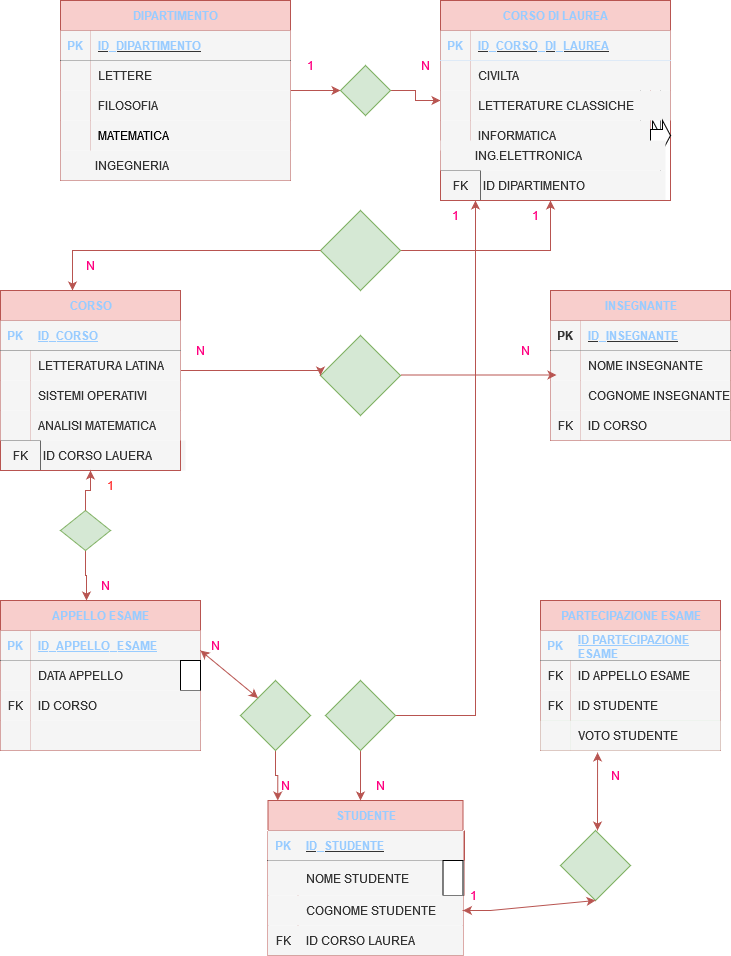
This is DB UNIVERSITY.drawio.png from Th4Dude/db-university, a draw.io export, as it was before one commit. Source tidied: cells renumbered, new cells last; positions are measured from the earlier drawing's top-left corner, leaving out a move shared by most shapes.
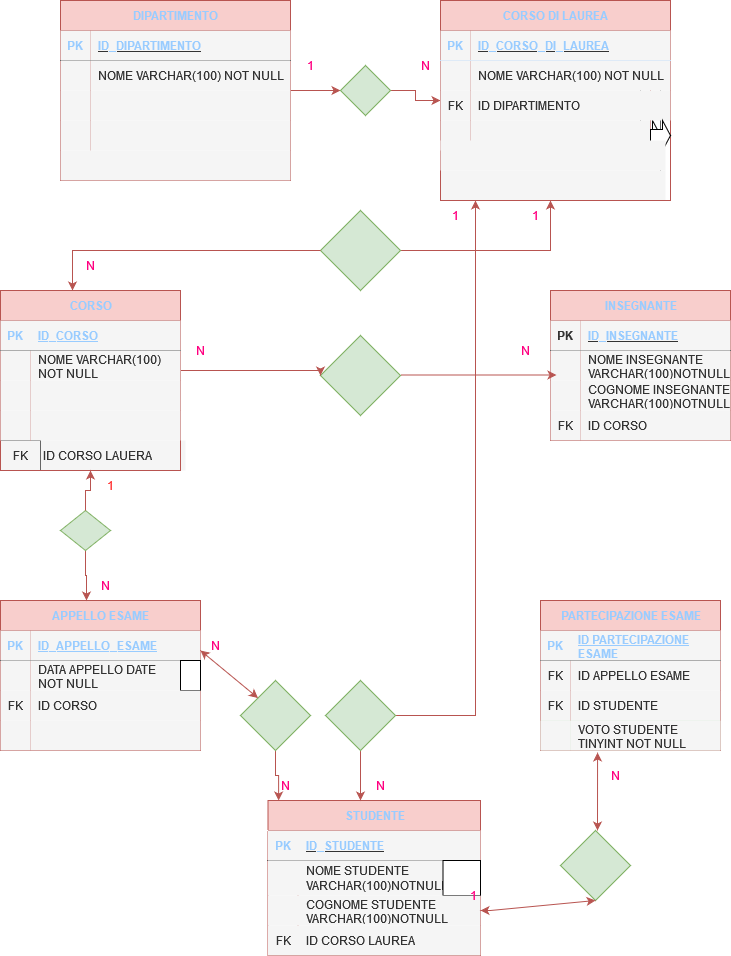
Later version of the same file.

What changed in the source:
```diff
@@ -64,3 +64,3 @@
     </mxCell>
-    <mxCell id="22" value="&lt;div&gt;LETTERE&lt;/div&gt;" style="shape=partialRectangle;fillColor=#f5f5f5;top=0;left=0;bottom=0;right=0;align=left;spacingLeft=6;overflow=hidden;whiteSpace=wrap;html=1;fontColor=#333333;strokeColor=#666666;" parent="20" vertex="1">
+    <mxCell id="22" value="NOME VARCHAR(100) NOT NULL" style="shape=partialRectangle;fillColor=#f5f5f5;top=0;left=0;bottom=0;right=0;align=left;spacingLeft=6;overflow=hidden;whiteSpace=wrap;html=1;fontColor=#333333;strokeColor=#666666;" parent="20" vertex="1">
       <mxGeometry x="30" width="200" height="30" as="geometry" />
@@ -73,3 +73,3 @@
     </mxCell>
-    <mxCell id="25" value="FILOSOFIA" style="shape=partialRectangle;fillColor=#f5f5f5;top=0;left=0;bottom=0;right=0;align=left;spacingLeft=6;overflow=hidden;whiteSpace=wrap;html=1;fontColor=#333333;strokeColor=#666666;" parent="23" vertex="1">
+    <mxCell id="25" style="shape=partialRectangle;fillColor=#f5f5f5;top=0;left=0;bottom=0;right=0;align=left;spacingLeft=6;overflow=hidden;whiteSpace=wrap;html=1;fontColor=#333333;strokeColor=#666666;" parent="23" vertex="1">
       <mxGeometry x="30" width="200" height="30" as="geometry" />
@@ -82,3 +82,3 @@
     </mxCell>
-    <mxCell id="28" value="&lt;font color=&quot;#000000&quot;&gt;MATEMATICA&lt;/font&gt;" style="shape=partialRectangle;fillColor=#f5f5f5;top=0;left=0;bottom=0;right=0;align=left;spacingLeft=6;overflow=hidden;whiteSpace=wrap;html=1;fontColor=#333333;strokeColor=#666666;" parent="26" vertex="1">
+    <mxCell id="28" style="shape=partialRectangle;fillColor=#f5f5f5;top=0;left=0;bottom=0;right=0;align=left;spacingLeft=6;overflow=hidden;whiteSpace=wrap;html=1;fontColor=#333333;strokeColor=#666666;" parent="26" vertex="1">
       <mxGeometry x="30" width="200" height="30" as="geometry" />
@@ -163,3 +163,3 @@
     </mxCell>
-    <mxCell id="55" value="VOTO STUDENTE" style="shape=partialRectangle;fillColor=#f5f5f5;top=0;left=0;bottom=0;right=0;align=left;spacingLeft=6;overflow=hidden;whiteSpace=wrap;html=1;fontColor=#333333;strokeColor=#666666;" parent="53" vertex="1">
+    <mxCell id="55" value="VOTO STUDENTE TINYINT NOT NULL" style="shape=partialRectangle;fillColor=#f5f5f5;top=0;left=0;bottom=0;right=0;align=left;spacingLeft=6;overflow=hidden;whiteSpace=wrap;html=1;fontColor=#333333;strokeColor=#666666;" parent="53" vertex="1">
       <mxGeometry x="30" width="150" height="30" as="geometry" />
@@ -184,3 +184,3 @@
     </mxCell>
-    <mxCell id="62" value="NOME INSEGNANTE" style="shape=partialRectangle;fillColor=#f5f5f5;top=0;left=0;bottom=0;right=0;align=left;spacingLeft=6;overflow=hidden;whiteSpace=wrap;html=1;fontColor=#333333;strokeColor=#666666;" parent="60" vertex="1">
+    <mxCell id="62" value="NOME INSEGNANTE VARCHAR(100)NOTNULL" style="shape=partialRectangle;fillColor=#f5f5f5;top=0;left=0;bottom=0;right=0;align=left;spacingLeft=6;overflow=hidden;whiteSpace=wrap;html=1;fontColor=#333333;strokeColor=#666666;" parent="60" vertex="1">
       <mxGeometry x="30" width="150" height="30" as="geometry" />
@@ -206,6 +206,6 @@
     <mxCell id="69" value="&lt;font&gt;STUDENTE&lt;/font&gt;" style="shape=table;startSize=30;rowLines=0;fontStyle=1;align=center;html=1;fillColor=#f8cecc;strokeColor=#b85450;fontColor=#99CCFF;" parent="1" vertex="1">
-      <mxGeometry x="267.5" y="800" width="195" height="155" as="geometry" />
+      <mxGeometry x="267.5" y="800" width="212.5" height="155" as="geometry" />
     </mxCell>
     <mxCell id="70" style="shape=tableRow;horizontal=0;startSize=0;swimlaneHead=0;swimlaneBody=0;fillColor=none;top=0;left=0;right=0;bottom=1;fontColor=#99CCFF;" parent="69" vertex="1">
-      <mxGeometry y="30" width="195" height="30" as="geometry" />
+      <mxGeometry y="30" width="212.5" height="30" as="geometry" />
     </mxCell>
@@ -215,6 +215,6 @@
     <mxCell id="72" value="&lt;font color=&quot;#99ccff&quot;&gt;ID_STUDENTE&lt;/font&gt;" style="shape=partialRectangle;fillColor=#f5f5f5;top=0;left=0;bottom=0;right=0;align=left;spacingLeft=6;fontStyle=5;overflow=hidden;whiteSpace=wrap;html=1;strokeColor=#666666;fontColor=#333333;" parent="70" vertex="1">
-      <mxGeometry x="30" width="165" height="30" as="geometry" />
+      <mxGeometry x="30" width="182.5" height="30" as="geometry" />
     </mxCell>
     <mxCell id="73" style="shape=tableRow;horizontal=0;startSize=0;swimlaneHead=0;swimlaneBody=0;fillColor=none;top=0;left=0;right=0;bottom=0;" parent="69" vertex="1">
-      <mxGeometry y="60" width="195" height="35" as="geometry" />
+      <mxGeometry y="60" width="212.5" height="35" as="geometry" />
     </mxCell>
@@ -223,3 +223,3 @@
     </mxCell>
-    <mxCell id="75" value="NOME STUDENTE" style="shape=partialRectangle;fillColor=#f5f5f5;top=0;left=0;bottom=0;right=0;align=left;spacingLeft=6;overflow=hidden;whiteSpace=wrap;html=1;fontColor=#333333;strokeColor=#666666;" parent="73" vertex="1">
+    <mxCell id="75" value="NOME STUDENTE VARCHAR(100)NOTNULL" style="shape=partialRectangle;fillColor=#f5f5f5;top=0;left=0;bottom=0;right=0;align=left;spacingLeft=6;overflow=hidden;whiteSpace=wrap;html=1;fontColor=#333333;strokeColor=#666666;" parent="73" vertex="1">
       <mxGeometry x="30" width="166.5" height="35" as="geometry" />
@@ -230,6 +230,6 @@
     <mxCell id="77" style="shape=singleArrow;whiteSpace=wrap;html=1;arrowWidth=1;arrowSize=0;" parent="73" vertex="1">
-      <mxGeometry x="175" width="20" height="35" as="geometry" />
+      <mxGeometry x="175" width="37.5" height="35" as="geometry" />
     </mxCell>
     <mxCell id="78" style="shape=tableRow;horizontal=0;startSize=0;swimlaneHead=0;swimlaneBody=0;fillColor=none;points=[[0,0.5],[1,0.5]];portConstraint=eastwest;top=0;left=0;right=0;bottom=0;" parent="69" vertex="1">
-      <mxGeometry y="95" width="195" height="30" as="geometry" />
+      <mxGeometry y="95" width="212.5" height="30" as="geometry" />
     </mxCell>
@@ -238,7 +238,7 @@
     </mxCell>
-    <mxCell id="80" value="COGNOME STUDENTE" style="shape=partialRectangle;fillColor=#f5f5f5;top=0;left=0;bottom=0;right=0;align=left;spacingLeft=6;overflow=hidden;whiteSpace=wrap;html=1;fontColor=#333333;strokeColor=#666666;" parent="78" vertex="1">
-      <mxGeometry x="30" width="165" height="30" as="geometry" />
+    <mxCell id="80" value="COGNOME STUDENTE VARCHAR(100)NOTNULL" style="shape=partialRectangle;fillColor=#f5f5f5;top=0;left=0;bottom=0;right=0;align=left;spacingLeft=6;overflow=hidden;whiteSpace=wrap;html=1;fontColor=#333333;strokeColor=#666666;" parent="78" vertex="1">
+      <mxGeometry x="30" width="182.5" height="30" as="geometry" />
     </mxCell>
     <mxCell id="81" style="shape=tableRow;horizontal=0;startSize=0;swimlaneHead=0;swimlaneBody=0;fillColor=none;top=0;left=0;right=0;bottom=0;" parent="69" vertex="1">
-      <mxGeometry y="125" width="195" height="30" as="geometry" />
+      <mxGeometry y="125" width="212.5" height="30" as="geometry" />
     </mxCell>
@@ -248,3 +248,3 @@
     <mxCell id="83" value="ID CORSO LAUREA " style="shape=partialRectangle;fillColor=#f5f5f5;top=0;left=0;bottom=0;right=0;align=left;spacingLeft=6;overflow=hidden;whiteSpace=wrap;html=1;fontColor=#333333;strokeColor=#666666;" parent="81" vertex="1">
-      <mxGeometry x="30" width="165" height="30" as="geometry" />
+      <mxGeometry x="30" width="182.5" height="30" as="geometry" />
     </mxCell>
@@ -268,3 +268,3 @@
     </mxCell>
-    <mxCell id="90" value="DATA APPELLO" style="shape=partialRectangle;fillColor=#f5f5f5;top=0;left=0;bottom=0;right=0;align=left;spacingLeft=6;overflow=hidden;whiteSpace=wrap;html=1;fontColor=#333333;strokeColor=#666666;" parent="88" vertex="1">
+    <mxCell id="90" value="DATA APPELLO DATE NOT NULL" style="shape=partialRectangle;fillColor=#f5f5f5;top=0;left=0;bottom=0;right=0;align=left;spacingLeft=6;overflow=hidden;whiteSpace=wrap;html=1;fontColor=#333333;strokeColor=#666666;" parent="88" vertex="1">
       <mxGeometry x="30" width="150" height="30" as="geometry" />
@@ -292,3 +292,3 @@
     </mxCell>
-    <mxCell id="98" value="&amp;nbsp;&amp;nbsp;&amp;nbsp;&amp;nbsp;&amp;nbsp;&amp;nbsp;&amp;nbsp;&amp;nbsp; INGEGNERIA" style="shape=partialRectangle;fillColor=#f5f5f5;top=0;left=0;bottom=0;right=0;align=left;spacingLeft=6;overflow=hidden;whiteSpace=wrap;html=1;fontColor=#333333;strokeColor=#666666;" parent="1" vertex="1">
+    <mxCell id="98" style="shape=partialRectangle;fillColor=#f5f5f5;top=0;left=0;bottom=0;right=0;align=left;spacingLeft=6;overflow=hidden;whiteSpace=wrap;html=1;fontColor=#333333;strokeColor=#666666;" parent="1" vertex="1">
       <mxGeometry x="60" y="150" width="230" height="30" as="geometry" />
@@ -420,3 +420,3 @@
     </mxCell>
-    <mxCell id="133" value="COGNOME INSEGNANTE" style="shape=partialRectangle;fillColor=#f5f5f5;top=0;left=0;bottom=0;right=0;align=left;spacingLeft=6;overflow=hidden;whiteSpace=wrap;html=1;fontColor=#333333;strokeColor=#666666;" parent="1" vertex="1">
+    <mxCell id="133" value="COGNOME INSEGNANTE VARCHAR(100)NOTNULL" style="shape=partialRectangle;fillColor=#f5f5f5;top=0;left=0;bottom=0;right=0;align=left;spacingLeft=6;overflow=hidden;whiteSpace=wrap;html=1;fontColor=#333333;strokeColor=#666666;" parent="1" vertex="1">
       <mxGeometry x="580" y="380" width="150" height="30" as="geometry" />
@@ -426,8 +426,5 @@
     </mxCell>
-    <mxCell id="135" value="ID DIPARTIMENTO" style="shape=partialRectangle;fillColor=#f5f5f5;top=0;left=0;bottom=0;right=0;align=left;spacingLeft=6;overflow=hidden;whiteSpace=wrap;html=1;fontColor=#333333;strokeColor=#666666;" parent="1" vertex="1">
-      <mxGeometry x="475" y="170" width="190" height="30" as="geometry" />
+    <mxCell id="135" style="shape=partialRectangle;fillColor=#f5f5f5;top=0;left=0;bottom=0;right=0;align=left;spacingLeft=6;overflow=hidden;whiteSpace=wrap;html=1;fontColor=#333333;strokeColor=#666666;" parent="1" vertex="1">
+      <mxGeometry x="440" y="170" width="225" height="30" as="geometry" />
     </mxCell>
-    <mxCell id="136" value="FK" style="text;html=1;align=center;verticalAlign=middle;strokeColor=#666666;fillColor=#f5f5f5;fontColor=#333333;" parent="1" vertex="1">
-      <mxGeometry x="440" y="170" width="40" height="30" as="geometry" />
-    </mxCell>
     <mxCell id="137" value="&lt;font color=&quot;#99ccff&quot;&gt;CORSO DI LAUREA&lt;/font&gt;" style="shape=table;startSize=30;rowLines=0;fontStyle=1;align=center;html=1;fillColor=#f8cecc;strokeColor=#b85450;" parent="1" vertex="1">
@@ -450,3 +447,3 @@
     </mxCell>
-    <mxCell id="143" value="CIVILTA" style="shape=partialRectangle;fillColor=#f5f5f5;top=0;left=0;bottom=0;right=0;align=left;spacingLeft=6;overflow=hidden;whiteSpace=wrap;html=1;fontColor=#333333;strokeColor=#666666;" parent="141" vertex="1">
+    <mxCell id="143" value="NOME VARCHAR(100) NOT NULL" style="shape=partialRectangle;fillColor=#f5f5f5;top=0;left=0;bottom=0;right=0;align=left;spacingLeft=6;overflow=hidden;whiteSpace=wrap;html=1;fontColor=#333333;strokeColor=#666666;" parent="141" vertex="1">
       <mxGeometry x="30" width="200" height="30" as="geometry" />
@@ -456,6 +453,6 @@
     </mxCell>
-    <mxCell id="145" style="shape=partialRectangle;fillColor=#f5f5f5;top=0;left=0;bottom=0;right=0;overflow=hidden;whiteSpace=wrap;html=1;fontColor=#333333;strokeColor=#666666;" parent="144" vertex="1">
+    <mxCell id="145" value="FK" style="shape=partialRectangle;fillColor=#f5f5f5;top=0;left=0;bottom=0;right=0;overflow=hidden;whiteSpace=wrap;html=1;fontColor=#333333;strokeColor=#666666;" parent="144" vertex="1">
       <mxGeometry width="30" height="30" as="geometry" />
     </mxCell>
-    <mxCell id="146" value="LETTERATURE CLASSICHE" style="shape=partialRectangle;fillColor=#f5f5f5;top=0;left=0;bottom=0;right=0;align=left;spacingLeft=6;overflow=hidden;whiteSpace=wrap;html=1;fontColor=#333333;strokeColor=#666666;" parent="144" vertex="1">
+    <mxCell id="146" value="ID DIPARTIMENTO" style="shape=partialRectangle;fillColor=#f5f5f5;top=0;left=0;bottom=0;right=0;align=left;spacingLeft=6;overflow=hidden;whiteSpace=wrap;html=1;fontColor=#333333;strokeColor=#666666;" parent="144" vertex="1">
       <mxGeometry x="30" width="200" height="30" as="geometry" />
@@ -468,3 +465,3 @@
     </mxCell>
-    <mxCell id="149" value="INFORMATICA" style="shape=partialRectangle;fillColor=#f5f5f5;top=0;left=0;bottom=0;right=0;align=left;spacingLeft=6;overflow=hidden;whiteSpace=wrap;html=1;fontColor=#333333;strokeColor=#666666;" parent="147" vertex="1">
+    <mxCell id="149" style="shape=partialRectangle;fillColor=#f5f5f5;top=0;left=0;bottom=0;right=0;align=left;spacingLeft=6;overflow=hidden;whiteSpace=wrap;html=1;fontColor=#333333;strokeColor=#666666;" parent="147" vertex="1">
       <mxGeometry x="30" width="180" height="30" as="geometry" />
@@ -474,3 +471,3 @@
     </mxCell>
-    <mxCell id="151" value="&amp;nbsp;&amp;nbsp;&amp;nbsp;&amp;nbsp;&amp;nbsp;&amp;nbsp;&amp;nbsp;&amp;nbsp; ING.ELETTRONICA" style="shape=partialRectangle;fillColor=#f5f5f5;top=0;left=0;bottom=0;right=0;align=left;spacingLeft=6;overflow=hidden;whiteSpace=wrap;html=1;fontColor=#333333;strokeColor=#666666;" parent="1" vertex="1">
+    <mxCell id="151" style="shape=partialRectangle;fillColor=#f5f5f5;top=0;left=0;bottom=0;right=0;align=left;spacingLeft=6;overflow=hidden;whiteSpace=wrap;html=1;fontColor=#333333;strokeColor=#666666;" parent="1" vertex="1">
       <mxGeometry x="440" y="140" width="225" height="30" as="geometry" />
@@ -495,3 +492,3 @@
     </mxCell>
-    <mxCell id="158" value="LETTERATURA LATINA" style="shape=partialRectangle;fillColor=#f5f5f5;top=0;left=0;bottom=0;right=0;align=left;spacingLeft=6;overflow=hidden;whiteSpace=wrap;html=1;fontColor=#333333;strokeColor=#666666;" parent="156" vertex="1">
+    <mxCell id="158" value="NOME VARCHAR(100) NOT NULL" style="shape=partialRectangle;fillColor=#f5f5f5;top=0;left=0;bottom=0;right=0;align=left;spacingLeft=6;overflow=hidden;whiteSpace=wrap;html=1;fontColor=#333333;strokeColor=#666666;" parent="156" vertex="1">
       <mxGeometry x="30" width="150" height="30" as="geometry" />
@@ -504,3 +501,3 @@
     </mxCell>
-    <mxCell id="161" value="SISTEMI OPERATIVI" style="shape=partialRectangle;fillColor=#f5f5f5;top=0;left=0;bottom=0;right=0;align=left;spacingLeft=6;overflow=hidden;whiteSpace=wrap;html=1;fontColor=#333333;strokeColor=#666666;" parent="159" vertex="1">
+    <mxCell id="161" style="shape=partialRectangle;fillColor=#f5f5f5;top=0;left=0;bottom=0;right=0;align=left;spacingLeft=6;overflow=hidden;whiteSpace=wrap;html=1;fontColor=#333333;strokeColor=#666666;" parent="159" vertex="1">
       <mxGeometry x="30" width="150" height="30" as="geometry" />
@@ -513,3 +510,3 @@
     </mxCell>
-    <mxCell id="164" value="ANALISI MATEMATICA" style="shape=partialRectangle;fillColor=#f5f5f5;top=0;left=0;bottom=0;right=0;align=left;spacingLeft=6;overflow=hidden;whiteSpace=wrap;html=1;fontColor=#333333;strokeColor=#666666;" parent="162" vertex="1">
+    <mxCell id="164" style="shape=partialRectangle;fillColor=#f5f5f5;top=0;left=0;bottom=0;right=0;align=left;spacingLeft=6;overflow=hidden;whiteSpace=wrap;html=1;fontColor=#333333;strokeColor=#666666;" parent="162" vertex="1">
       <mxGeometry x="30" width="150" height="30" as="geometry" />
```
